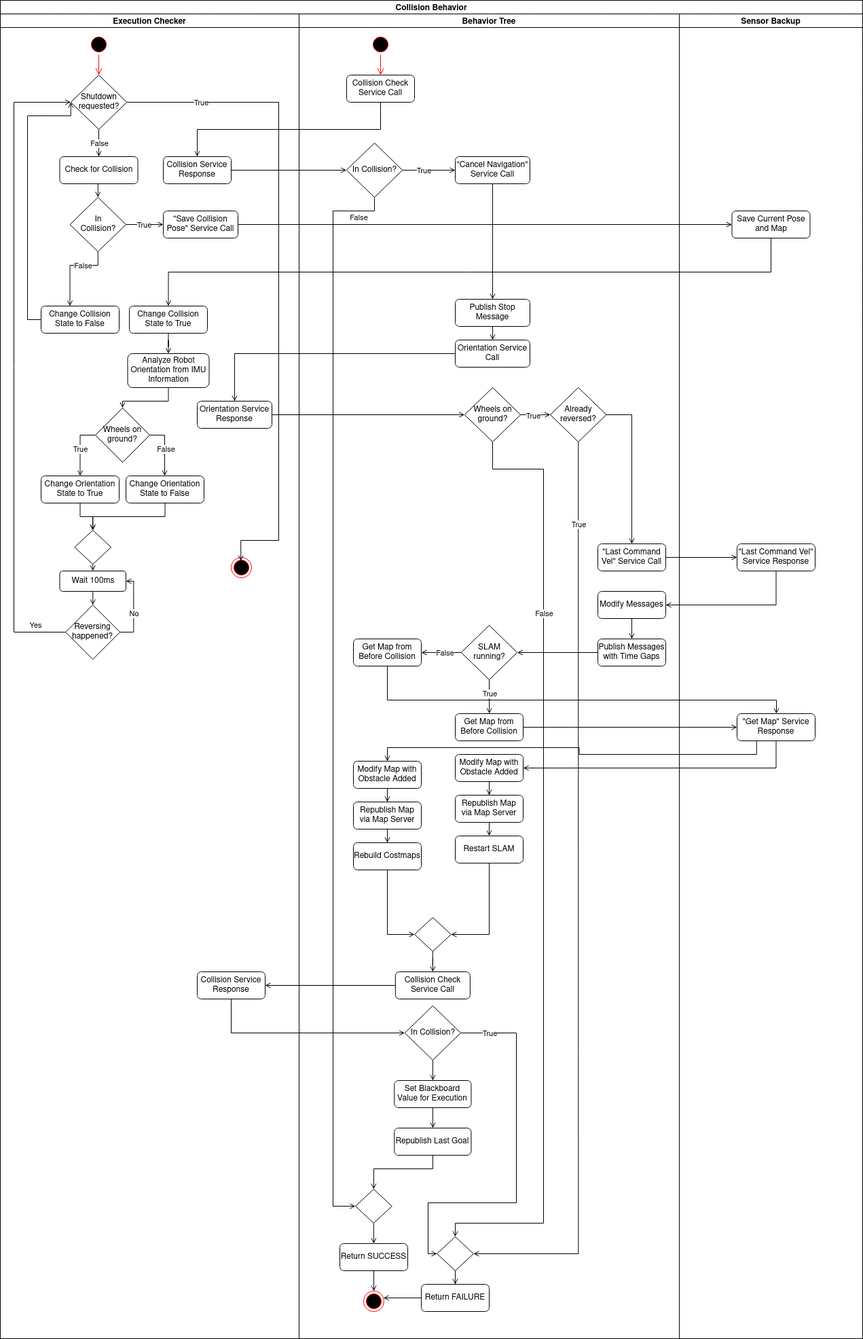
The draw.io diagram Thesis/images/activity_diagram_collision.png in mounteverset/behavior_planning, before a commit. Source tidied: cells renumbered, new cells last; positions are measured from the earlier drawing's top-left corner, leaving out a move shared by most shapes.
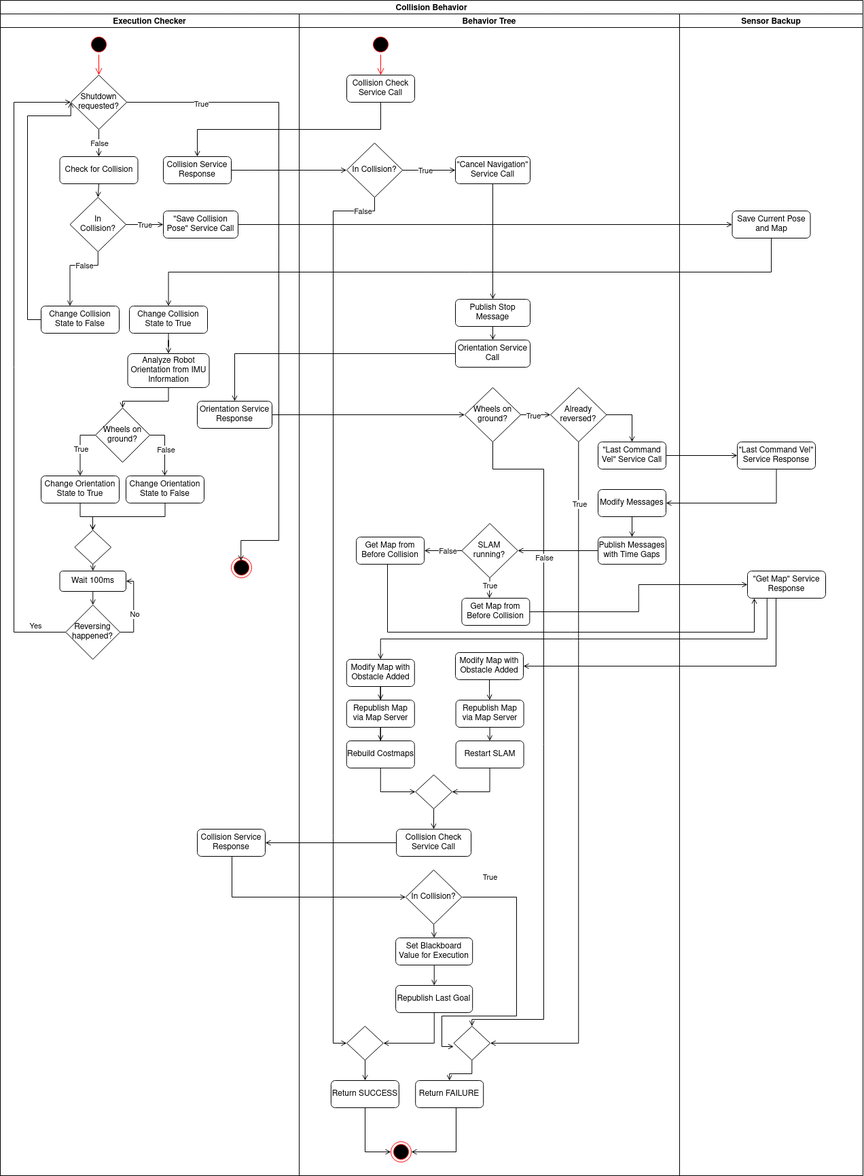
The same diagram one commit later.

Change to the diagram source:
```diff
@@ -5,6 +5,6 @@
     <mxCell id="2" value="Collision Behavior" style="swimlane;startSize=20;" parent="1" vertex="1">
-      <mxGeometry width="1270" height="1970" as="geometry" />
+      <mxGeometry width="1270" height="1730" as="geometry" />
     </mxCell>
     <mxCell id="3" value="Execution Checker" style="swimlane;startSize=20;" parent="2" vertex="1">
-      <mxGeometry y="20" width="440" height="1950" as="geometry" />
+      <mxGeometry y="20" width="440" height="1710" as="geometry" />
     </mxCell>
@@ -195,6 +195,22 @@
     <mxCell id="46" value="Collision Service Response" style="rounded=1;whiteSpace=wrap;html=1;" parent="3" vertex="1">
-      <mxGeometry x="290" y="1410" width="100" height="40" as="geometry" />
+      <mxGeometry x="290" y="1200" width="100" height="40" as="geometry" />
     </mxCell>
+    <mxCell id="114" style="edgeStyle=orthogonalEdgeStyle;rounded=0;jettySize=auto;html=1;entryX=1;entryY=0.5;entryDx=0;entryDy=0;endArrow=open;endFill=0;" parent="2" edge="1" source="89" target="46">
+      <mxGeometry relative="1" as="geometry" />
+    </mxCell>
+    <mxCell id="115" style="edgeStyle=orthogonalEdgeStyle;rounded=0;jettySize=auto;html=1;entryX=0;entryY=0.5;entryDx=0;entryDy=0;endArrow=open;endFill=0;" parent="2" edge="1" source="46" target="88">
+      <mxGeometry relative="1" as="geometry">
+        <Array as="points">
+          <mxPoint x="341" y="1320" />
+        </Array>
+      </mxGeometry>
+    </mxCell>
+    <mxCell id="108" style="edgeStyle=orthogonalEdgeStyle;rounded=0;jettySize=auto;html=1;entryX=0;entryY=0.5;entryDx=0;entryDy=0;endArrow=open;endFill=0;" parent="2" edge="1" source="64" target="100">
+      <mxGeometry relative="1" as="geometry" />
+    </mxCell>
+    <mxCell id="109" style="edgeStyle=orthogonalEdgeStyle;rounded=0;jettySize=auto;html=1;exitX=0.5;exitY=1;exitDx=0;exitDy=0;entryX=1;entryY=0.5;entryDx=0;entryDy=0;endArrow=open;endFill=0;" parent="2" edge="1" source="100" target="66">
+      <mxGeometry relative="1" as="geometry" />
+    </mxCell>
     <mxCell id="47" value="Behavior Tree" style="swimlane;startSize=20;" parent="2" vertex="1">
-      <mxGeometry x="440" y="20" width="560" height="1950" as="geometry" />
+      <mxGeometry x="440" y="20" width="560" height="1710" as="geometry" />
     </mxCell>
@@ -253,3 +269,3 @@
     <mxCell id="64" value="&quot;Last Command Vel&quot; Service Call" style="rounded=1;whiteSpace=wrap;html=1;" parent="47" vertex="1">
-      <mxGeometry x="440" y="780" width="100" height="40" as="geometry" />
+      <mxGeometry x="440" y="630" width="100" height="40" as="geometry" />
     </mxCell>
@@ -259,3 +275,3 @@
     <mxCell id="66" value="Modify Messages" style="rounded=1;whiteSpace=wrap;html=1;" parent="47" vertex="1">
-      <mxGeometry x="440" y="850" width="100" height="40" as="geometry" />
+      <mxGeometry x="440" y="700" width="100" height="40" as="geometry" />
     </mxCell>
@@ -265,9 +281,9 @@
     <mxCell id="68" value="Publish Messages with Time Gaps" style="rounded=1;whiteSpace=wrap;html=1;" parent="47" vertex="1">
-      <mxGeometry x="440" y="920" width="100" height="40" as="geometry" />
+      <mxGeometry x="440" y="770" width="100" height="40" as="geometry" />
     </mxCell>
     <mxCell id="69" value="SLAM running?" style="rhombus;whiteSpace=wrap;html=1;" parent="47" vertex="1">
-      <mxGeometry x="238.8" y="900" width="82.5" height="80" as="geometry" />
+      <mxGeometry x="239.3" y="750" width="82.5" height="80" as="geometry" />
     </mxCell>
     <mxCell id="70" value="Get Map from Before Collision" style="rounded=1;whiteSpace=wrap;html=1;" parent="47" vertex="1">
-      <mxGeometry x="230" y="1030" width="100" height="40" as="geometry" />
+      <mxGeometry x="239.3" y="860" width="100" height="40" as="geometry" />
     </mxCell>
@@ -277,3 +293,3 @@
     <mxCell id="72" value="Modify Map with Obstacle Added" style="rounded=1;whiteSpace=wrap;html=1;" parent="47" vertex="1">
-      <mxGeometry x="230" y="1090" width="100" height="40" as="geometry" />
+      <mxGeometry x="230" y="940" width="100" height="40" as="geometry" />
     </mxCell>
@@ -283,6 +299,6 @@
     <mxCell id="74" value="Republish Map via Map Server" style="rounded=1;whiteSpace=wrap;html=1;" parent="47" vertex="1">
-      <mxGeometry x="230" y="1150" width="100" height="40" as="geometry" />
+      <mxGeometry x="230.6" y="1010" width="100" height="40" as="geometry" />
     </mxCell>
     <mxCell id="75" style="rhombus;whiteSpace=wrap;html=1;" parent="47" vertex="1">
-      <mxGeometry x="170" y="1330" width="53.8" height="50" as="geometry" />
+      <mxGeometry x="171.2" y="1120" width="53.8" height="50" as="geometry" />
     </mxCell>
@@ -292,6 +308,6 @@
     <mxCell id="77" value="Restart SLAM" style="rounded=1;whiteSpace=wrap;html=1;" parent="47" vertex="1">
-      <mxGeometry x="230" y="1210" width="100" height="40" as="geometry" />
+      <mxGeometry x="230.6" y="1070" width="100" height="40" as="geometry" />
     </mxCell>
     <mxCell id="78" value="Get Map from Before Collision" style="rounded=1;whiteSpace=wrap;html=1;" parent="47" vertex="1">
-      <mxGeometry x="80" y="920" width="100" height="40" as="geometry" />
+      <mxGeometry x="84.1" y="770" width="100" height="40" as="geometry" />
     </mxCell>
@@ -309,3 +325,3 @@
     <mxCell id="82" value="Modify Map with Obstacle Added" style="rounded=1;whiteSpace=wrap;html=1;" parent="47" vertex="1">
-      <mxGeometry x="80" y="1100" width="100" height="40" as="geometry" />
+      <mxGeometry x="69.8" y="950" width="100" height="40" as="geometry" />
     </mxCell>
@@ -315,3 +331,3 @@
     <mxCell id="84" value="Republish Map via Map Server" style="rounded=1;whiteSpace=wrap;html=1;" parent="47" vertex="1">
-      <mxGeometry x="80" y="1160" width="100" height="40" as="geometry" />
+      <mxGeometry x="69.8" y="1010" width="100" height="40" as="geometry" />
     </mxCell>
@@ -321,3 +337,3 @@
     <mxCell id="86" value="Rebuild Costmaps" style="rounded=1;whiteSpace=wrap;html=1;" parent="47" vertex="1">
-      <mxGeometry x="80" y="1220" width="100" height="40" as="geometry" />
+      <mxGeometry x="69.8" y="1070" width="100" height="40" as="geometry" />
     </mxCell>
@@ -327,6 +343,6 @@
     <mxCell id="88" value="In Collision?" style="rhombus;whiteSpace=wrap;html=1;" parent="47" vertex="1">
-      <mxGeometry x="155.6" y="1460" width="82.5" height="80" as="geometry" />
+      <mxGeometry x="156.8" y="1260" width="82.5" height="80" as="geometry" />
     </mxCell>
     <mxCell id="89" value="Collision Check Service Call" style="rounded=1;whiteSpace=wrap;html=1;" parent="47" vertex="1">
-      <mxGeometry x="141.9" y="1410" width="110" height="40" as="geometry" />
+      <mxGeometry x="143.1" y="1200" width="110" height="40" as="geometry" />
     </mxCell>
@@ -339,6 +355,6 @@
     <mxCell id="92" value="Set Blackboard Value for Execution" style="rounded=1;whiteSpace=wrap;html=1;" parent="47" vertex="1">
-      <mxGeometry x="140.3" y="1570" width="113.1" height="40" as="geometry" />
+      <mxGeometry x="142.1" y="1360" width="113.1" height="40" as="geometry" />
     </mxCell>
     <mxCell id="93" style="rhombus;whiteSpace=wrap;html=1;" parent="47" vertex="1">
-      <mxGeometry x="83" y="1730" width="53.8" height="50" as="geometry" />
+      <mxGeometry x="70" y="1490" width="53.8" height="50" as="geometry" />
     </mxCell>
@@ -349,3 +365,3 @@
           <mxPoint x="50" y="290" />
-          <mxPoint x="50" y="1755" />
+          <mxPoint x="50" y="1515" />
         </Array>
@@ -358,7 +374,6 @@
     </mxCell>
-    <mxCell id="96" style="edgeStyle=orthogonalEdgeStyle;rounded=0;jettySize=auto;html=1;entryX=0.5;entryY=0;entryDx=0;entryDy=0;endArrow=open;endFill=0;" parent="47" edge="1" source="97" target="93">
+    <mxCell id="96" style="edgeStyle=orthogonalEdgeStyle;rounded=0;jettySize=auto;html=1;entryX=1;entryY=0.5;entryDx=0;entryDy=0;endArrow=open;endFill=0;" parent="47" edge="1" source="97" target="93">
       <mxGeometry relative="1" as="geometry">
         <Array as="points">
-          <mxPoint x="197" y="1700" />
-          <mxPoint x="110" y="1700" />
+          <mxPoint x="199" y="1515" />
         </Array>
@@ -367,6 +382,32 @@
     <mxCell id="97" value="Republish Last Goal" style="rounded=1;whiteSpace=wrap;html=1;" parent="47" vertex="1">
-      <mxGeometry x="140.3" y="1640" width="113.1" height="40" as="geometry" />
+      <mxGeometry x="142.1" y="1430" width="113.1" height="40" as="geometry" />
     </mxCell>
+    <mxCell id="122" value="Return FAILURE" style="rounded=1;whiteSpace=wrap;html=1;" parent="47" vertex="1">
+      <mxGeometry x="171.2" y="1570" width="100" height="40" as="geometry" />
+    </mxCell>
+    <mxCell id="120" value="Return SUCCESS" style="rounded=1;whiteSpace=wrap;html=1;" parent="47" vertex="1">
+      <mxGeometry x="46.9" y="1570" width="100" height="40" as="geometry" />
+    </mxCell>
+    <mxCell id="131" style="edgeStyle=orthogonalEdgeStyle;rounded=0;jettySize=auto;html=1;endArrow=open;endFill=0;" parent="47" edge="1" source="93" target="120">
+      <mxGeometry relative="1" as="geometry" />
+    </mxCell>
+    <mxCell id="118" style="ellipse;html=1;shape=endState;fillColor=#000000;strokeColor=#ff0000;" parent="47" vertex="1">
+      <mxGeometry x="135" y="1660" width="30" height="30" as="geometry" />
+    </mxCell>
+    <mxCell id="119" style="edgeStyle=orthogonalEdgeStyle;rounded=0;jettySize=auto;html=1;endArrow=open;endFill=0;" parent="47" edge="1" source="120" target="118">
+      <mxGeometry relative="1" as="geometry">
+        <Array as="points">
+          <mxPoint x="97" y="1675" />
+        </Array>
+      </mxGeometry>
+    </mxCell>
+    <mxCell id="121" style="edgeStyle=orthogonalEdgeStyle;rounded=0;jettySize=auto;html=1;endArrow=open;endFill=0;entryX=1;entryY=0.5;entryDx=0;entryDy=0;" parent="47" edge="1" source="122" target="118">
+      <mxGeometry relative="1" as="geometry">
+        <Array as="points">
+          <mxPoint x="231" y="1675" />
+        </Array>
+      </mxGeometry>
+    </mxCell>
     <mxCell id="98" value="Sensor Backup" style="swimlane;startSize=20;" parent="2" vertex="1">
-      <mxGeometry x="1000" y="20" width="270" height="1950" as="geometry" />
+      <mxGeometry x="1000" y="20" width="270" height="1710" as="geometry" />
     </mxCell>
@@ -376,6 +417,6 @@
     <mxCell id="100" value="&quot;Last Command Vel&quot; Service Response" style="rounded=1;whiteSpace=wrap;html=1;" parent="98" vertex="1">
-      <mxGeometry x="85" y="780" width="115" height="40" as="geometry" />
+      <mxGeometry x="85" y="630" width="115" height="40" as="geometry" />
     </mxCell>
     <mxCell id="101" value="&quot;Get Map&quot; Service Response" style="rounded=1;whiteSpace=wrap;html=1;" parent="98" vertex="1">
-      <mxGeometry x="85" y="1030" width="115" height="40" as="geometry" />
+      <mxGeometry x="100" y="820" width="115" height="40" as="geometry" />
     </mxCell>
@@ -399,8 +440,2 @@
     </mxCell>
-    <mxCell id="108" style="edgeStyle=orthogonalEdgeStyle;rounded=0;jettySize=auto;html=1;entryX=0;entryY=0.5;entryDx=0;entryDy=0;endArrow=open;endFill=0;" parent="2" edge="1" source="64" target="100">
-      <mxGeometry relative="1" as="geometry" />
-    </mxCell>
-    <mxCell id="109" style="edgeStyle=orthogonalEdgeStyle;rounded=0;jettySize=auto;html=1;exitX=0.5;exitY=1;exitDx=0;exitDy=0;entryX=1;entryY=0.5;entryDx=0;entryDy=0;endArrow=open;endFill=0;" parent="2" edge="1" source="100" target="66">
-      <mxGeometry relative="1" as="geometry" />
-    </mxCell>
     <mxCell id="110" style="edgeStyle=orthogonalEdgeStyle;rounded=0;jettySize=auto;html=1;exitX=1;exitY=0.5;exitDx=0;exitDy=0;endArrow=open;endFill=0;entryX=0;entryY=0.5;entryDx=0;entryDy=0;" parent="2" edge="1" source="70" target="101">
@@ -411,3 +446,3 @@
         <Array as="points">
-          <mxPoint x="1142" y="1130" />
+          <mxPoint x="1142" y="980" />
         </Array>
@@ -418,4 +453,5 @@
         <Array as="points">
-          <mxPoint x="570" y="1030" />
-          <mxPoint x="1143" y="1030" />
+          <mxPoint x="570" y="830" />
+          <mxPoint x="570" y="930" />
+          <mxPoint x="1110" y="930" />
         </Array>
@@ -424,17 +460,12 @@
     <mxCell id="113" style="edgeStyle=orthogonalEdgeStyle;rounded=0;jettySize=auto;html=1;exitX=0.25;exitY=1;exitDx=0;exitDy=0;endArrow=open;endFill=0;entryX=0.5;entryY=0;entryDx=0;entryDy=0;" parent="2" edge="1" source="101" target="82">
-      <mxGeometry relative="1" as="geometry" />
+      <mxGeometry relative="1" as="geometry">
+        <Array as="points">
+          <mxPoint x="1129" y="940" />
+          <mxPoint x="560" y="940" />
+        </Array>
+      </mxGeometry>
     </mxCell>
-    <mxCell id="114" style="edgeStyle=orthogonalEdgeStyle;rounded=0;jettySize=auto;html=1;entryX=1;entryY=0.5;entryDx=0;entryDy=0;endArrow=open;endFill=0;" parent="2" edge="1" source="89" target="46">
-      <mxGeometry relative="1" as="geometry" />
-    </mxCell>
-    <mxCell id="115" style="edgeStyle=orthogonalEdgeStyle;rounded=0;jettySize=auto;html=1;entryX=0;entryY=0.5;entryDx=0;entryDy=0;endArrow=open;endFill=0;" parent="2" edge="1" source="46" target="88">
-      <mxGeometry relative="1" as="geometry">
-        <Array as="points">
-          <mxPoint x="340" y="1520" />
-        </Array>
-      </mxGeometry>
-    </mxCell>
     <mxCell id="116" style="edgeStyle=orthogonalEdgeStyle;rounded=0;jettySize=auto;html=1;exitX=0.5;exitY=1;exitDx=0;exitDy=0;endArrow=open;endFill=0;" parent="1" edge="1" source="69">
       <mxGeometry relative="1" as="geometry">
-        <mxPoint x="720.2" y="1050" as="targetPoint" />
+        <mxPoint x="720" y="880" as="targetPoint" />
       </mxGeometry>
@@ -443,25 +474,6 @@
       <mxGeometry x="0.3" y="1" relative="1" as="geometry">
-        <mxPoint x="-1" y="-12" as="offset" />
+        <mxPoint x="-1" y="-9" as="offset" />
       </mxGeometry>
     </mxCell>
-    <mxCell id="118" style="ellipse;html=1;shape=endState;fillColor=#000000;strokeColor=#ff0000;" parent="1" vertex="1">
-      <mxGeometry x="535" y="1900" width="30" height="30" as="geometry" />
-    </mxCell>
-    <mxCell id="119" style="edgeStyle=orthogonalEdgeStyle;rounded=0;jettySize=auto;html=1;endArrow=open;endFill=0;" parent="1" edge="1" source="120" target="118">
-      <mxGeometry relative="1" as="geometry" />
-    </mxCell>
-    <mxCell id="120" value="Return SUCCESS" style="rounded=1;whiteSpace=wrap;html=1;" parent="1" vertex="1">
-      <mxGeometry x="500" y="1830" width="100" height="40" as="geometry" />
-    </mxCell>
-    <mxCell id="121" style="edgeStyle=orthogonalEdgeStyle;rounded=0;jettySize=auto;html=1;endArrow=open;endFill=0;" parent="1" edge="1" source="122" target="118">
-      <mxGeometry relative="1" as="geometry">
-        <Array as="points">
-          <mxPoint x="670" y="1915" />
-        </Array>
-      </mxGeometry>
-    </mxCell>
-    <mxCell id="122" value="Return FAILURE" style="rounded=1;whiteSpace=wrap;html=1;" parent="1" vertex="1">
-      <mxGeometry x="620" y="1890" width="100" height="40" as="geometry" />
-    </mxCell>
-    <mxCell id="123" style="edgeStyle=orthogonalEdgeStyle;rounded=0;jettySize=auto;html=1;exitX=0.5;exitY=1;exitDx=0;exitDy=0;endArrow=open;endFill=0;" parent="1" edge="1" source="124" target="122">
+    <mxCell id="123" style="edgeStyle=orthogonalEdgeStyle;rounded=0;jettySize=auto;html=1;exitX=0.5;exitY=1;exitDx=0;exitDy=0;endArrow=open;endFill=0;entryX=0.5;entryY=0;entryDx=0;entryDy=0;" parent="1" edge="1" source="124" target="122">
       <mxGeometry relative="1" as="geometry" />
@@ -469,3 +481,3 @@
     <mxCell id="124" style="rhombus;whiteSpace=wrap;html=1;" parent="1" vertex="1">
-      <mxGeometry x="643.1" y="1820" width="53.8" height="50" as="geometry" />
+      <mxGeometry x="667.5" y="1510" width="53.8" height="50" as="geometry" />
     </mxCell>
@@ -484,4 +496,4 @@
           <mxPoint x="800" y="690" />
-          <mxPoint x="800" y="1800" />
-          <mxPoint x="670" y="1800" />
+          <mxPoint x="800" y="1500" />
+          <mxPoint x="694" y="1500" />
         </Array>
@@ -494,9 +506,11 @@
     </mxCell>
-    <mxCell id="129" style="edgeStyle=orthogonalEdgeStyle;rounded=0;jettySize=auto;html=1;entryX=0;entryY=0.5;entryDx=0;entryDy=0;endArrow=open;endFill=0;exitX=1;exitY=0.5;exitDx=0;exitDy=0;" parent="1" edge="1" source="88" target="124">
+    <mxCell id="129" style="edgeStyle=orthogonalEdgeStyle;rounded=0;orthogonalLoop=1;jettySize=auto;html=1;entryX=0;entryY=0.5;entryDx=0;entryDy=0;endArrow=open;endFill=0;" parent="1" edge="1">
       <mxGeometry relative="1" as="geometry">
+        <mxPoint x="680" y="1320" as="sourcePoint" />
+        <mxPoint x="667.5" y="1540" as="targetPoint" />
         <Array as="points">
-          <mxPoint x="760" y="1520" />
-          <mxPoint x="760" y="1770" />
-          <mxPoint x="630" y="1770" />
-          <mxPoint x="630" y="1845" />
+          <mxPoint x="760" y="1320" />
+          <mxPoint x="760" y="1495" />
+          <mxPoint x="650" y="1495" />
+          <mxPoint x="650" y="1540" />
         </Array>
@@ -509,5 +523,2 @@
     </mxCell>
-    <mxCell id="131" style="edgeStyle=orthogonalEdgeStyle;rounded=0;jettySize=auto;html=1;endArrow=open;endFill=0;" parent="1" edge="1" source="93" target="120">
-      <mxGeometry relative="1" as="geometry" />
-    </mxCell>
   </root>
```
